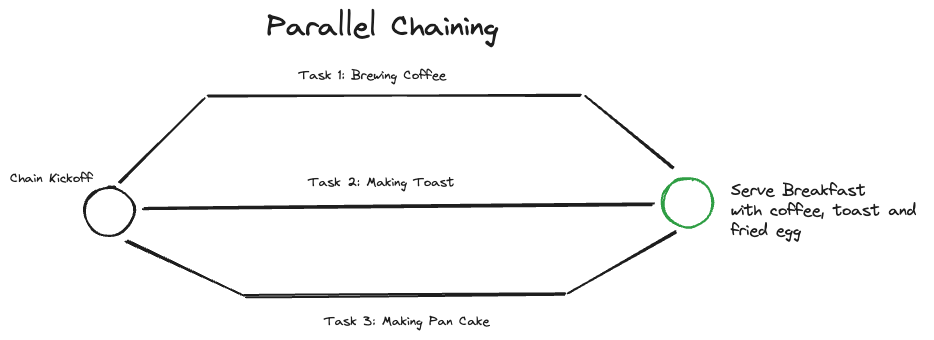
Before: Langchain-v1/3_chains/draw.excalidraw.png, a diagram exported from Excalidraw (theeeep/langchain-ai). Source tidied: one line per element, renumbered; positions are measured from the earlier drawing's top-left corner, leaving out a move shared by most shapes. The source it was exported from:
```json
{"id": 0, "type": "text", "text": "Parallel Chaining", "strokeColor": "#1e1e1e", "strokeWidth": 2, "roughness": 1, "fontSize": 29.19, "fontFamily": 1, "x": 257, "y": 0, "width": 232, "height": 36}
{"id": 1, "type": "ellipse", "strokeColor": "#1e1e1e", "strokeWidth": 2, "roughness": 1, "round": true, "x": 74, "y": 177, "width": 50, "height": 49}
{"id": 2, "type": "ellipse", "strokeColor": "#2f9e44", "strokeWidth": 2, "roughness": 1, "round": true, "x": 652, "y": 168, "width": 50, "height": 49}
{"id": 3, "type": "line", "strokeColor": "#1e1e1e", "strokeWidth": 2, "roughness": 1, "round": true, "x": 134, "y": 200, "width": 509, "height": 5, "points": [[0, 0], [509, -5]]}
{"id": 4, "type": "line", "strokeColor": "#1e1e1e", "strokeWidth": 2, "roughness": 1, "round": true, "x": 199, "y": 87, "width": 373, "height": 2, "points": [[0, 0], [373, -2]]}
{"id": 5, "type": "line", "strokeColor": "#1e1e1e", "strokeWidth": 2, "roughness": 1, "round": true, "x": 235, "y": 286, "width": 319, "height": 2, "points": [[0, 0], [319, -2]]}
{"id": 6, "type": "line", "strokeColor": "#1e1e1e", "strokeWidth": 2, "roughness": 1, "round": true, "x": 110, "y": 172, "width": 83, "height": 83, "points": [[0, 0], [83, -83]]}
{"id": 7, "type": "line", "strokeColor": "#1e1e1e", "strokeWidth": 2, "roughness": 1, "round": true, "x": 116, "y": 232, "width": 117, "height": 53, "points": [[0, 0], [117, 53]]}
{"id": 8, "type": "line", "strokeColor": "#1e1e1e", "strokeWidth": 2, "roughness": 1, "round": true, "x": 576, "y": 87, "width": 88, "height": 71, "points": [[0, 0], [88, 71]]}
{"id": 9, "type": "line", "strokeColor": "#1e1e1e", "strokeWidth": 2, "roughness": 1, "round": true, "x": 558, "y": 283, "width": 107, "height": 61, "points": [[0, 0], [107, -61]]}
{"id": 10, "type": "text", "text": "Task 1: Brewing Coffee", "strokeColor": "#1e1e1e", "strokeWidth": 2, "roughness": 1, "fontSize": 13.08, "fontFamily": 1, "x": 289, "y": 58, "width": 147, "height": 16}
{"id": 11, "type": "text", "text": "Task 2: Making Toast", "strokeColor": "#1e1e1e", "strokeWidth": 2, "roughness": 1, "fontSize": 13.08, "fontFamily": 1, "x": 298, "y": 165, "width": 146, "height": 16}
{"id": 12, "type": "text", "text": "Task 3: Making Pan Cake", "strokeColor": "#1e1e1e", "strokeWidth": 2, "roughness": 1, "fontSize": 13.08, "fontFamily": 1, "x": 314, "y": 304, "width": 166, "height": 16}
{"id": 13, "type": "text", "text": "Chain Kickoff", "strokeColor": "#1e1e1e", "strokeWidth": 2, "roughness": 1, "fontSize": 13.08, "fontFamily": 1, "x": 0, "y": 161, "width": 83, "height": 16}
{"id": 14, "type": "text", "text": "Serve Breakfast \nwith coffee, toast and \nfried egg", "strokeColor": "#1e1e1e", "strokeWidth": 2, "roughness": 1, "fontSize": 16.3, "fontFamily": 1, "x": 721, "y": 170, "width": 193, "height": 61}
```
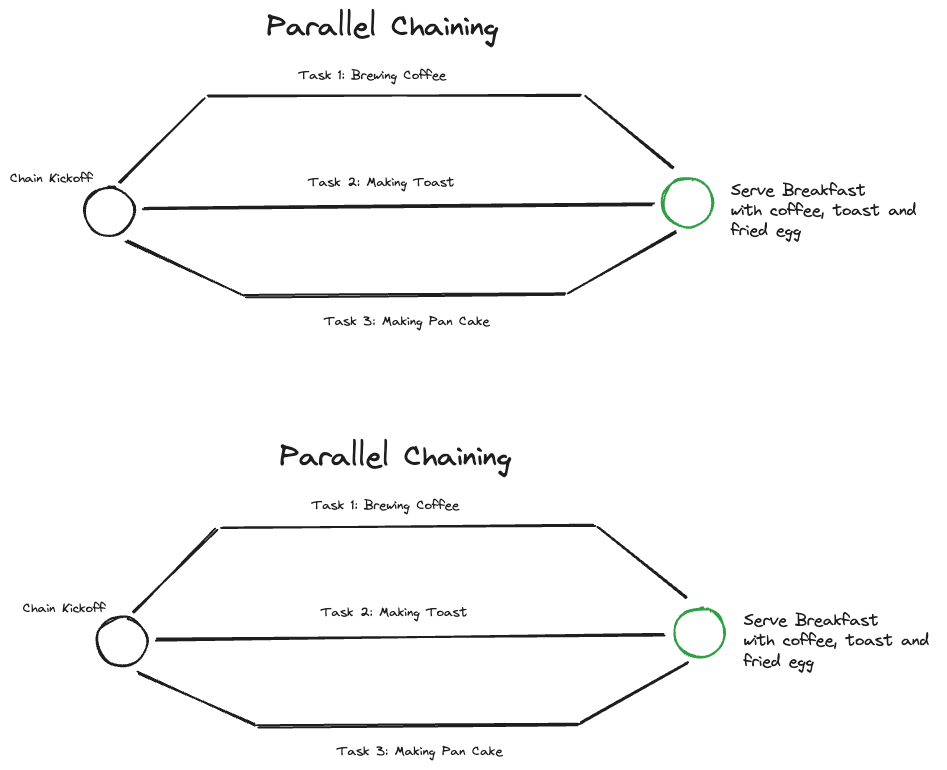
After the change.

Commit message:
feat: Parallel Chaining

Change to the diagram source:
```diff
@@ -13,3 +13,18 @@
 {"id": 12, "type": "text", "text": "Task 3: Making Pan Cake", "strokeColor": "#1e1e1e", "strokeWidth": 2, "roughness": 1, "fontSize": 13.08, "fontFamily": 1, "x": 314, "y": 304, "width": 166, "height": 16}
 {"id": 13, "type": "text", "text": "Chain Kickoff", "strokeColor": "#1e1e1e", "strokeWidth": 2, "roughness": 1, "fontSize": 13.08, "fontFamily": 1, "x": 0, "y": 161, "width": 83, "height": 16}
 {"id": 14, "type": "text", "text": "Serve Breakfast \nwith coffee, toast and \nfried egg", "strokeColor": "#1e1e1e", "strokeWidth": 2, "roughness": 1, "fontSize": 16.3, "fontFamily": 1, "x": 721, "y": 170, "width": 193, "height": 61}
+{"id": 15, "type": "text", "text": "Parallel Chaining", "strokeColor": "#1e1e1e", "strokeWidth": 2, "roughness": 1, "fontSize": 29.19, "fontFamily": 1, "x": 270, "y": 430, "width": 232, "height": 36}
+{"id": 16, "type": "ellipse", "strokeColor": "#1e1e1e", "strokeWidth": 2, "roughness": 1, "round": true, "x": 87, "y": 607, "width": 50, "height": 49}
+{"id": 17, "type": "ellipse", "strokeColor": "#2f9e44", "strokeWidth": 2, "roughness": 1, "round": true, "x": 665, "y": 598, "width": 50, "height": 49}
+{"id": 18, "type": "line", "strokeColor": "#1e1e1e", "strokeWidth": 2, "roughness": 1, "round": true, "x": 146, "y": 630, "width": 509, "height": 5, "points": [[0, 0], [509, -5]]}
+{"id": 19, "type": "line", "strokeColor": "#1e1e1e", "strokeWidth": 2, "roughness": 1, "round": true, "x": 211, "y": 517, "width": 373, "height": 2, "points": [[0, 0], [373, -2]]}
+{"id": 20, "type": "line", "strokeColor": "#1e1e1e", "strokeWidth": 2, "roughness": 1, "round": true, "x": 248, "y": 716, "width": 319, "height": 2, "points": [[0, 0], [319, -2]]}
+{"id": 21, "type": "line", "strokeColor": "#1e1e1e", "strokeWidth": 2, "roughness": 1, "round": true, "x": 123, "y": 603, "width": 83, "height": 83, "points": [[0, 0], [83, -83]]}
+{"id": 22, "type": "line", "strokeColor": "#1e1e1e", "strokeWidth": 2, "roughness": 1, "round": true, "x": 129, "y": 662, "width": 117, "height": 53, "points": [[0, 0], [117, 53]]}
+{"id": 23, "type": "line", "strokeColor": "#1e1e1e", "strokeWidth": 2, "roughness": 1, "round": true, "x": 589, "y": 517, "width": 88, "height": 71, "points": [[0, 0], [88, 71]]}
+{"id": 24, "type": "line", "strokeColor": "#1e1e1e", "strokeWidth": 2, "roughness": 1, "round": true, "x": 571, "y": 713, "width": 107, "height": 61, "points": [[0, 0], [107, -61]]}
+{"id": 25, "type": "text", "text": "Task 1: Brewing Coffee", "strokeColor": "#1e1e1e", "strokeWidth": 2, "roughness": 1, "fontSize": 13.08, "fontFamily": 1, "x": 302, "y": 488, "width": 147, "height": 16}
+{"id": 26, "type": "text", "text": "Task 2: Making Toast", "strokeColor": "#1e1e1e", "strokeWidth": 2, "roughness": 1, "fontSize": 13.08, "fontFamily": 1, "x": 311, "y": 595, "width": 146, "height": 16}
+{"id": 27, "type": "text", "text": "Task 3: Making Pan Cake", "strokeColor": "#1e1e1e", "strokeWidth": 2, "roughness": 1, "fontSize": 13.08, "fontFamily": 1, "x": 327, "y": 734, "width": 166, "height": 16}
+{"id": 28, "type": "text", "text": "Chain Kickoff", "strokeColor": "#1e1e1e", "strokeWidth": 2, "roughness": 1, "fontSize": 13.08, "fontFamily": 1, "x": 13, "y": 591, "width": 83, "height": 16}
+{"id": 29, "type": "text", "text": "Serve Breakfast \nwith coffee, toast and \nfried egg", "strokeColor": "#1e1e1e", "strokeWidth": 2, "roughness": 1, "fontSize": 16.3, "fontFamily": 1, "x": 734, "y": 601, "width": 193, "height": 61}
```
